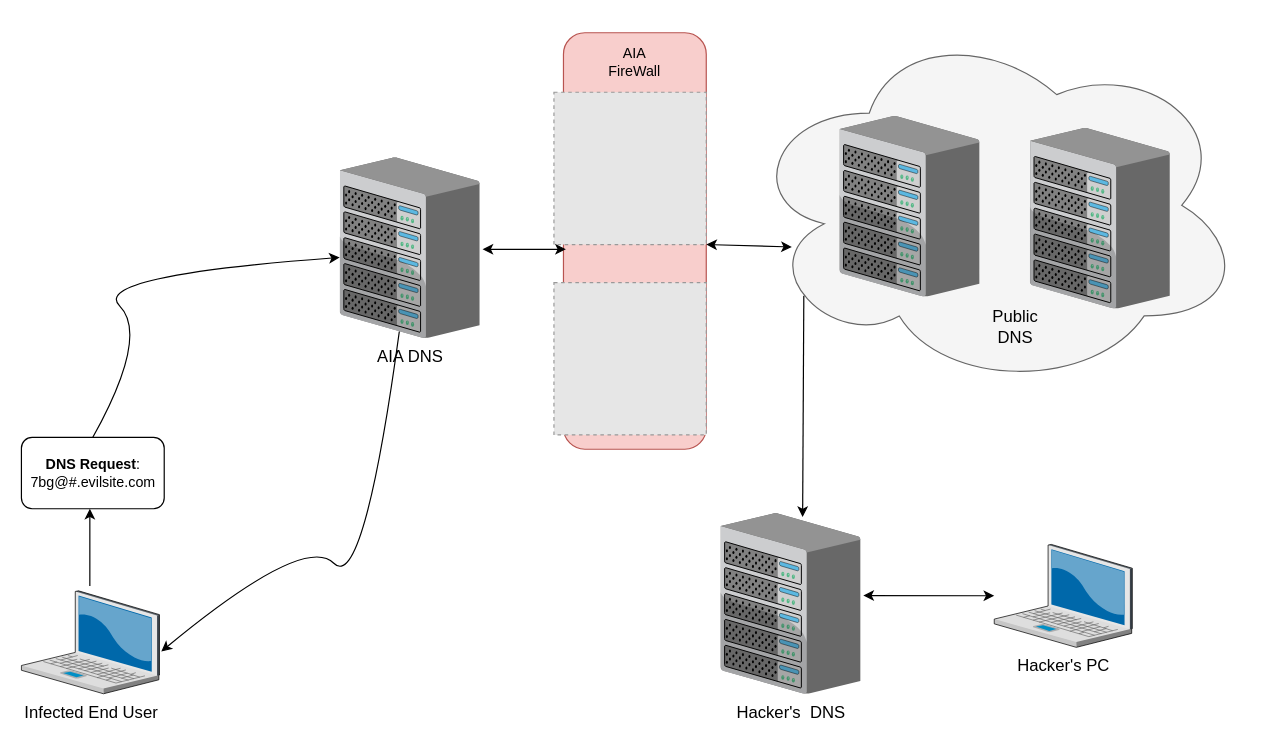
haziqfaiz-mmu/aia-assignment keeps this draw.io diagram as Untitled Diagram.drawio. Above is the earlier version. Source tidied: cells renumbered, new cells numbered last; positions are measured from the earlier drawing's top-left corner, leaving out a move shared by most shapes. Both pictures are drawn from the tidied source at 119%, with x=0, y=0 at pixel (20, 20). Pictures stored in the file or linked from it are replaced by grey dashed boxes.
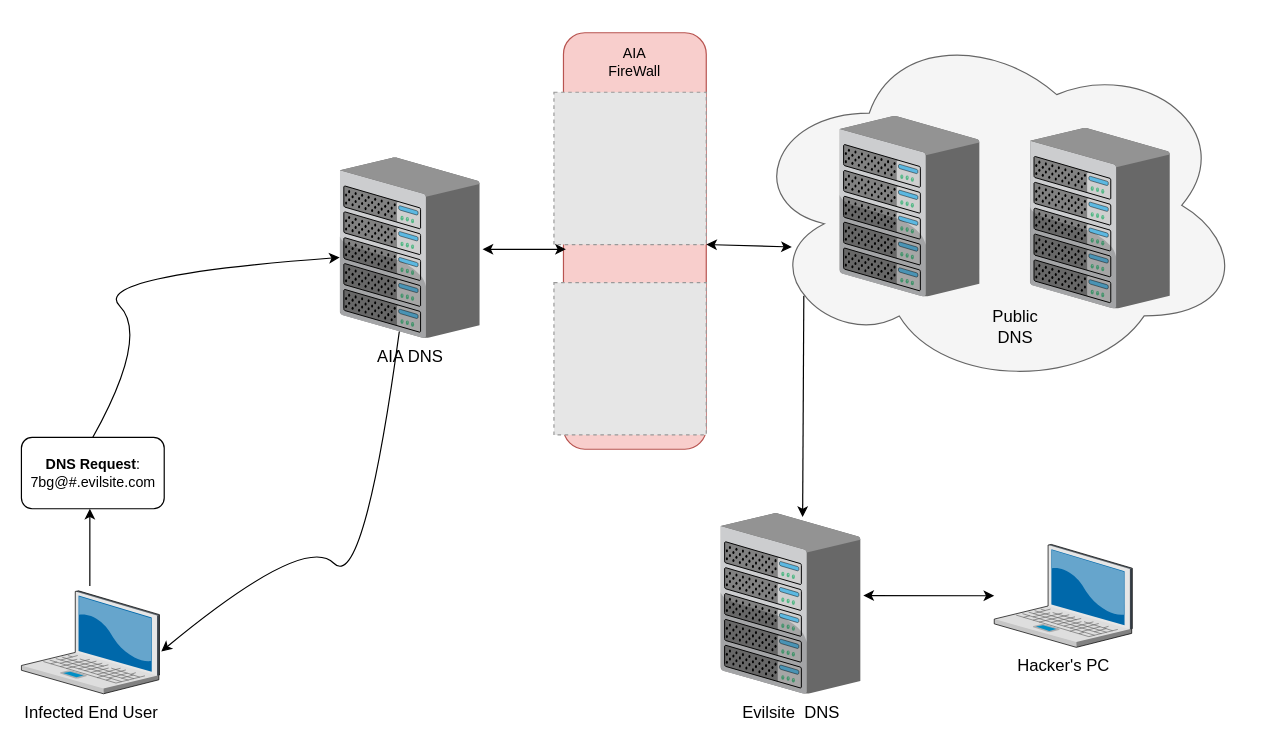
The same diagram, later.

What changed in the source:
```diff
@@
-    <mxCell id="16" value="Hacker's&amp;nbsp; DNS" style="verticalLabelPosition=bottom;html=1;verticalAlign=top;strokeColor=none;shape=mxgraph.citrix.chassis;fillColor=#66B2FF;gradientColor=#0066CC;fontSize=14;" parent="1" vertex="1">
+    <mxCell id="16" value="Evilsite&amp;nbsp; DNS" style="verticalLabelPosition=bottom;html=1;verticalAlign=top;strokeColor=none;shape=mxgraph.citrix.chassis;fillColor=#66B2FF;gradientColor=#0066CC;fontSize=14;" parent="1" vertex="1">
       <mxGeometry x="588" y="413.8" width="117.5" height="151.7" as="geometry" />
     </mxCell>
```
